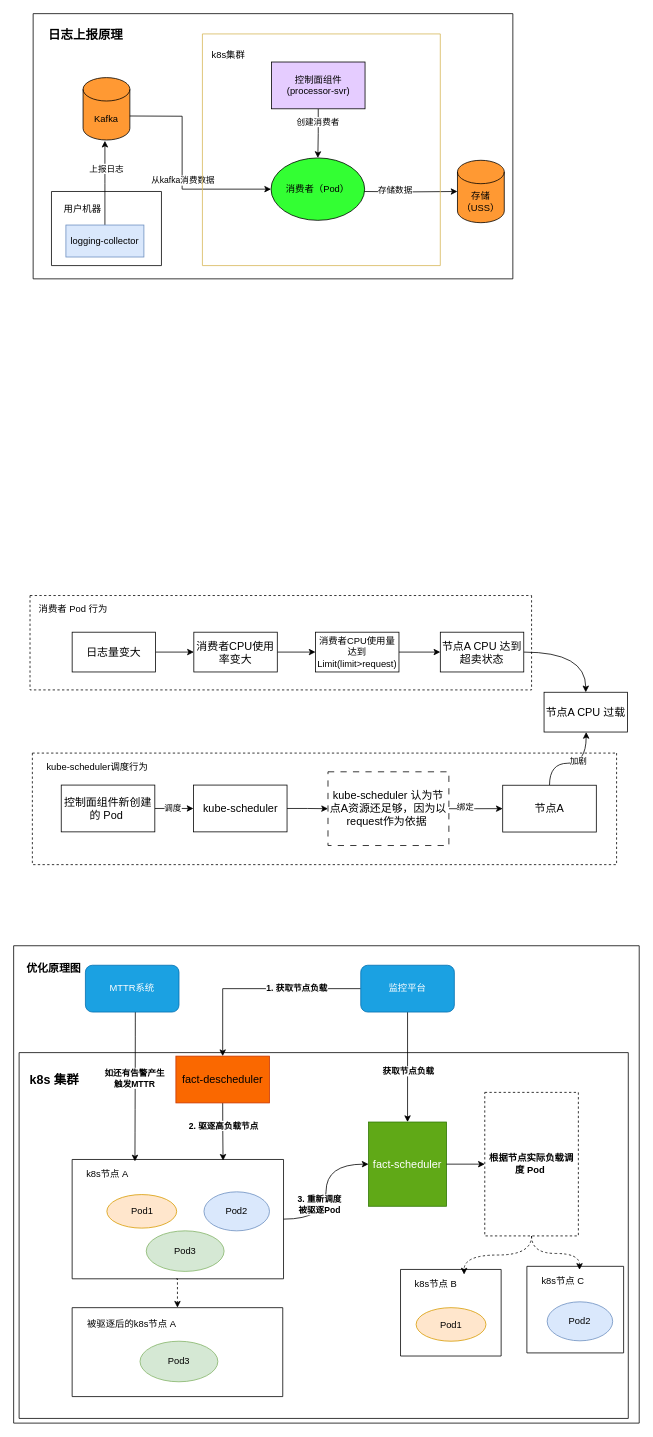
Above: page "解决高负载问题" (1 of 7) of promotion.drawio in WebbingXu/draw (draw.io), before the change. Source tidied: cells renumbered, new cells numbered last; positions are measured from the earlier drawing's top-left corner, leaving out a move shared by most shapes. Both pictures are drawn from the tidied source at 78%, with x=0, y=0 at pixel (13, 13).
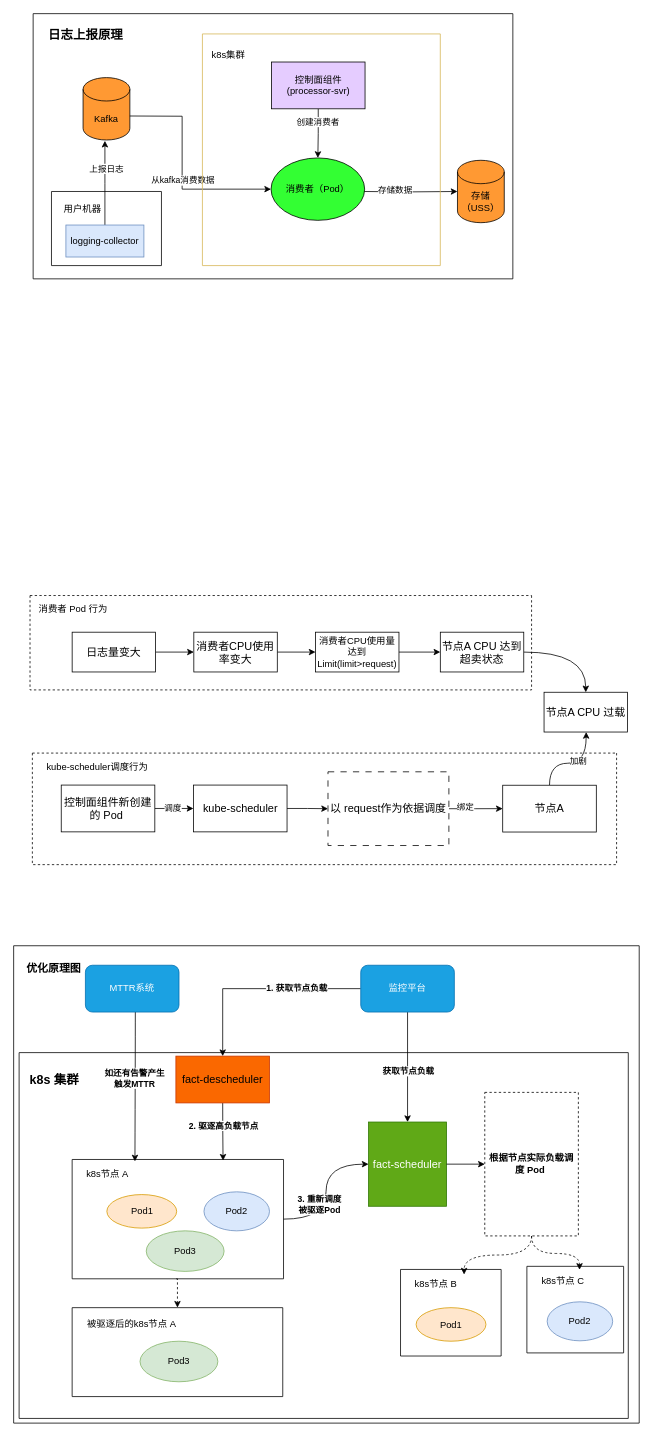
The same diagram, later.

Diff of the diagram source:
```diff
@@
-    <mxCell id="30" value="&lt;font style=&quot;font-size: 14px;&quot;&gt;kube-scheduler 认为节点A资源还足够，因为以 request作为依据&amp;nbsp;&lt;/font&gt;" style="rounded=0;whiteSpace=wrap;html=1;dashed=1;dashPattern=8 8;" parent="1" vertex="1">
+    <mxCell id="30" value="&lt;font style=&quot;font-size: 14px;&quot;&gt;以 request作为依据调度&lt;/font&gt;" style="rounded=0;whiteSpace=wrap;html=1;dashed=1;dashPattern=8 8;" parent="1" vertex="1">
       <mxGeometry x="403" y="972" width="155" height="94.5" as="geometry" />
     </mxCell>
```
